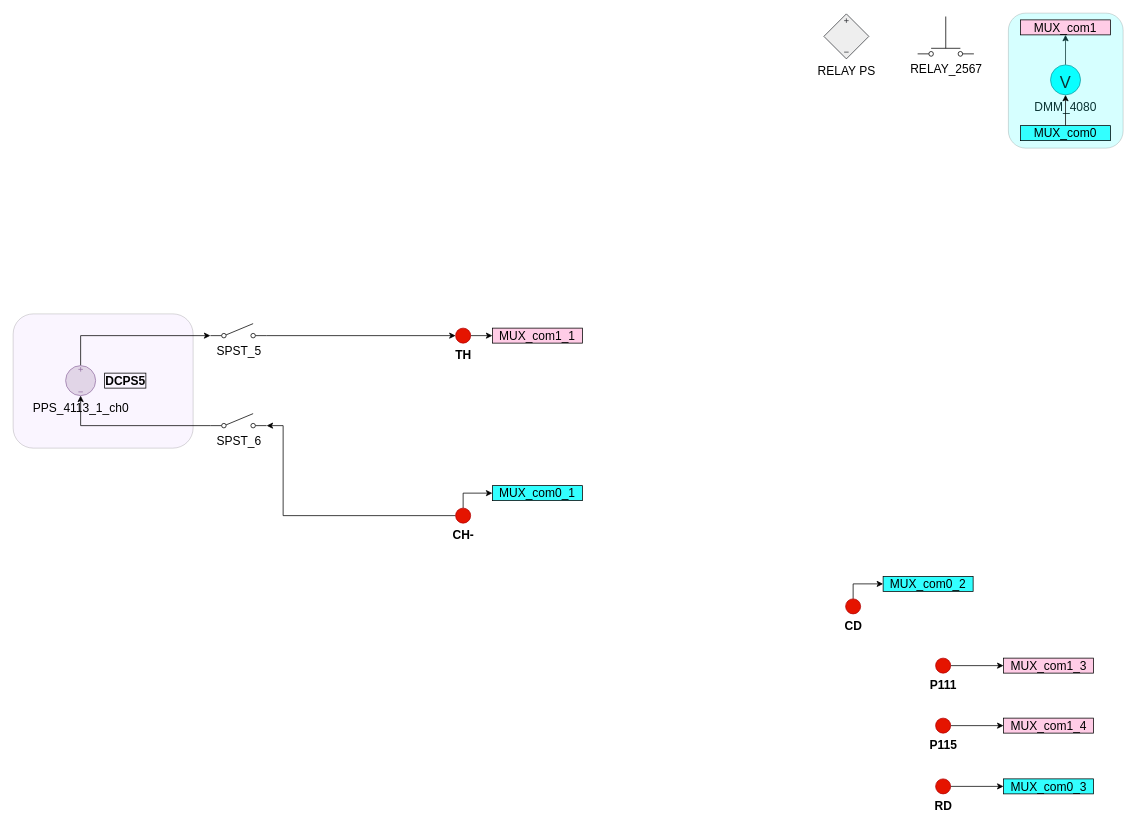
Before: BMS_device_B_6p2.drawio in ktlim-xy/draw-io, a draw.io diagram. Source tidied: cells renumbered, new cells numbered last; positions are measured from the earlier drawing's top-left corner, leaving out a move shared by most shapes. Both pictures are drawn from the tidied source at 75%, with x=0, y=0 at pixel (13, 13).
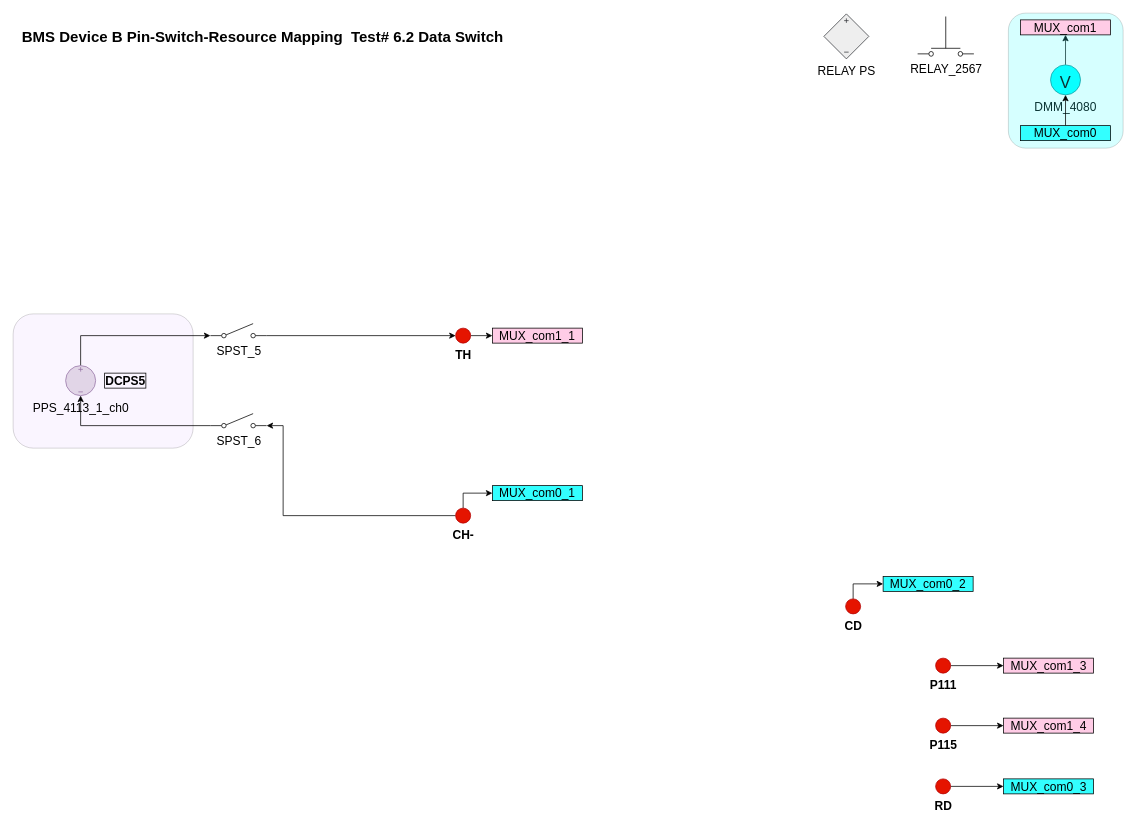
Above is the later version.

What changed in the source:
```diff
@@
+    <mxCell id="38" value="&lt;b&gt;BMS Device B Pin-Switch-Resource Mapping&amp;nbsp; Test# 6.2 Data Switch&lt;/b&gt;" style="text;html=1;whiteSpace=wrap;strokeColor=none;fillColor=none;align=left;verticalAlign=middle;rounded=0;fontSize=20;" parent="1" vertex="1">
+      <mxGeometry x="10" y="16" width="830" height="30" as="geometry" />
+    </mxCell>
```
